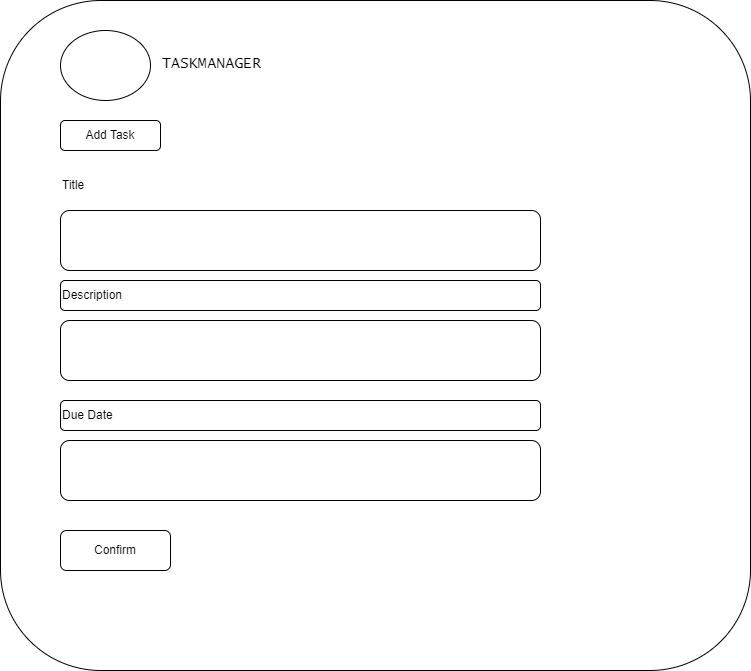
Above: Taskmanager.drawio.png in Nyamvula1/alx_capstone_project (draw.io), before the change. Source tidied: cells renumbered, new cells last; positions are measured from the earlier drawing's top-left corner, leaving out a move shared by most shapes.
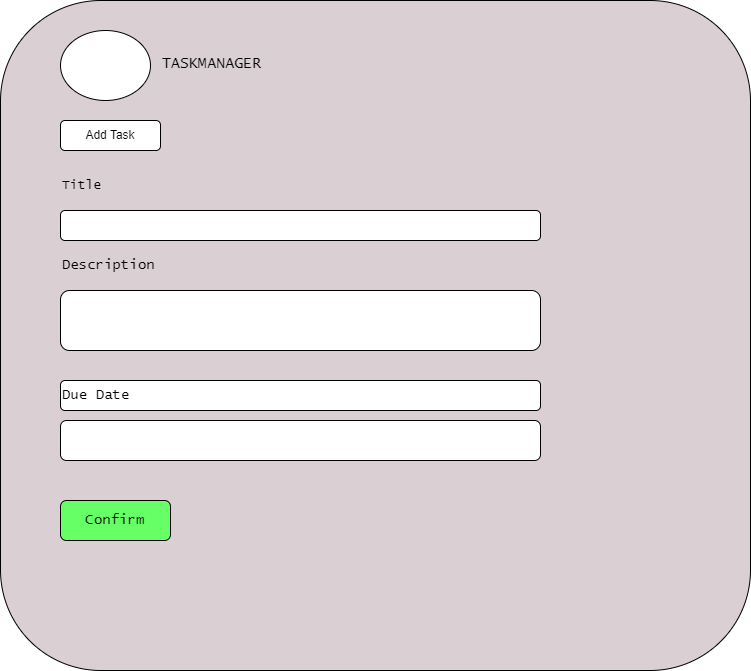
Later version of the same file.

Diff of the diagram source:
```diff
@@ -2,7 +2,7 @@
   <root>
     <mxCell id="0" />
     <mxCell id="1" parent="0" />
-    <mxCell id="2" style="rounded=1;whiteSpace=wrap;html=1;" parent="1" vertex="1">
+    <mxCell id="2" style="rounded=1;whiteSpace=wrap;html=1;fillColor=#DACFD3;" parent="1" vertex="1">
       <mxGeometry width="750" height="670" as="geometry" />
     </mxCell>
     <mxCell id="3" value="TASKMANAGER" style="rounded=1;whiteSpace=wrap;html=1;align=left;fillColor=none;strokeColor=none;fontSize=15;fontFamily=Lucida Console;" parent="1" vertex="1">
@@ -14,26 +14,26 @@
     <mxCell id="5" value="Add Task" style="rounded=1;whiteSpace=wrap;html=1;" parent="1" vertex="1">
       <mxGeometry x="60" y="120" width="100" height="30" as="geometry" />
     </mxCell>
-    <mxCell id="6" value="Title" style="rounded=1;whiteSpace=wrap;html=1;align=left;fillColor=none;strokeColor=none;" parent="1" vertex="1">
+    <mxCell id="6" value="Title" style="rounded=1;whiteSpace=wrap;html=1;align=left;fillColor=none;strokeColor=none;fontFamily=Lucida Console;fontSize=13;" parent="1" vertex="1">
       <mxGeometry x="60" y="170" width="480" height="30" as="geometry" />
     </mxCell>
-    <mxCell id="7" value="Description" style="rounded=1;whiteSpace=wrap;html=1;align=left;" parent="1" vertex="1">
-      <mxGeometry x="60" y="280" width="480" height="30" as="geometry" />
+    <mxCell id="7" value="Description" style="rounded=1;whiteSpace=wrap;html=1;align=left;fillColor=none;strokeColor=none;fontFamily=Lucida Console;fontSize=14;" parent="1" vertex="1">
+      <mxGeometry x="60" y="250" width="480" height="30" as="geometry" />
     </mxCell>
     <mxCell id="8" style="rounded=1;whiteSpace=wrap;html=1;" parent="1" vertex="1">
-      <mxGeometry x="60" y="210" width="480" height="60" as="geometry" />
+      <mxGeometry x="60" y="210" width="480" height="30" as="geometry" />
     </mxCell>
-    <mxCell id="9" value="Confirm" style="rounded=1;whiteSpace=wrap;html=1;" parent="1" vertex="1">
-      <mxGeometry x="60" y="530" width="110" height="40" as="geometry" />
+    <mxCell id="9" value="Confirm" style="rounded=1;whiteSpace=wrap;html=1;fontFamily=Lucida Console;fontSize=14;fillColor=#66FF66;" parent="1" vertex="1">
+      <mxGeometry x="60" y="500" width="110" height="40" as="geometry" />
     </mxCell>
-    <mxCell id="10" value="Due Date" style="rounded=1;whiteSpace=wrap;html=1;align=left;" parent="1" vertex="1">
-      <mxGeometry x="60" y="400" width="480" height="30" as="geometry" />
+    <mxCell id="10" value="Due Date" style="rounded=1;whiteSpace=wrap;html=1;align=left;fontFamily=Lucida Console;fontSize=14;" parent="1" vertex="1">
+      <mxGeometry x="60" y="380" width="480" height="30" as="geometry" />
     </mxCell>
     <mxCell id="11" style="rounded=1;whiteSpace=wrap;html=1;" parent="1" vertex="1">
-      <mxGeometry x="60" y="440" width="480" height="60" as="geometry" />
+      <mxGeometry x="60" y="420" width="480" height="40" as="geometry" />
     </mxCell>
     <mxCell id="12" style="rounded=1;whiteSpace=wrap;html=1;" parent="1" vertex="1">
-      <mxGeometry x="60" y="320" width="480" height="60" as="geometry" />
+      <mxGeometry x="60" y="290" width="480" height="60" as="geometry" />
     </mxCell>
   </root>
 </mxGraphModel>
```
